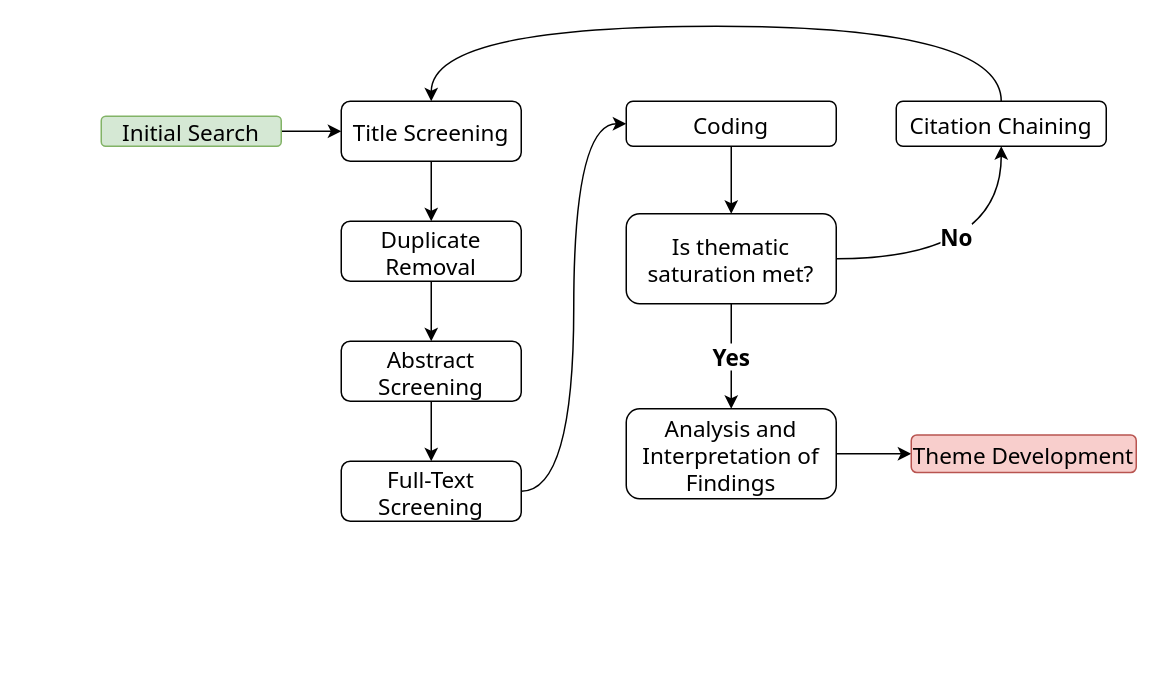
Before: Diagrams/Mixed Methodology.drawio in HooradAboo/I-CLAIM, a draw.io diagram. Source tidied: cells renumbered, new cells numbered last; positions are measured from the earlier drawing's top-left corner, leaving out a move shared by most shapes. Both pictures are drawn from the tidied source at 150%, with x=0, y=0 at pixel (100, 26).
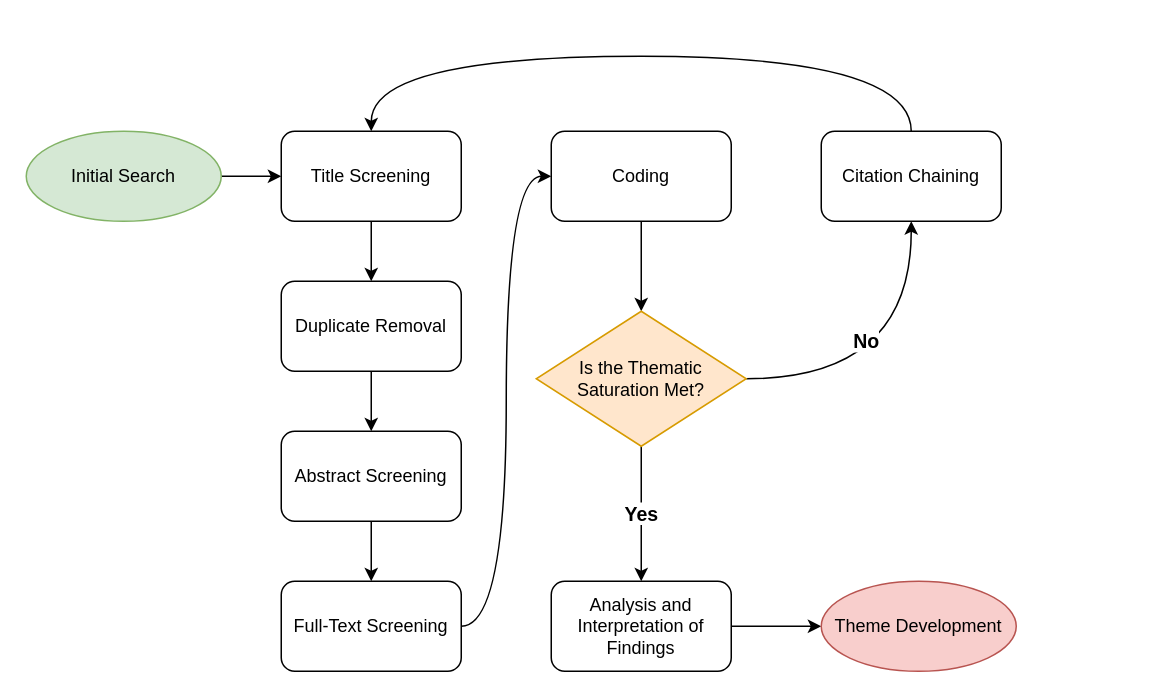
After the change.

Change to the diagram source:
```diff
@@
+    <mxCell id="14" style="edgeStyle=orthogonalEdgeStyle;rounded=0;jettySize=auto;html=1;exitX=1;exitY=0.5;exitDx=0;exitDy=0;entryX=0;entryY=0.5;entryDx=0;entryDy=0;" parent="1" edge="1" source="15" target="3">
+      <mxGeometry relative="1" as="geometry" />
+    </mxCell>
-    <mxCell id="2" style="edgeStyle=orthogonalEdgeStyle;rounded=0;jettySize=auto;html=1;fontSize=15;fontFamily=Tahoma;" parent="1" edge="1" source="3" target="5">
+    <mxCell id="2" style="edgeStyle=orthogonalEdgeStyle;rounded=0;jettySize=auto;html=1;exitX=0.5;exitY=1;exitDx=0;exitDy=0;entryX=0.5;entryY=0;entryDx=0;entryDy=0;" parent="1" edge="1" source="3" target="5">
       <mxGeometry relative="1" as="geometry" />
     </mxCell>
-    <mxCell id="3" value="Title Screening" style="rounded=1;whiteSpace=wrap;html=1;fontSize=15;fontFamily=Tahoma;" parent="1" vertex="1">
-      <mxGeometry x="160" y="50" width="120" height="40" as="geometry" />
+    <mxCell id="3" value="Title Screening" style="rounded=1;whiteSpace=wrap;html=1;" parent="1" vertex="1">
+      <mxGeometry x="120" y="70" width="120" height="60" as="geometry" />
     </mxCell>
-    <mxCell id="4" style="edgeStyle=orthogonalEdgeStyle;rounded=0;jettySize=auto;html=1;fontSize=15;fontFamily=Tahoma;" parent="1" edge="1" source="5" target="7">
+    <mxCell id="4" style="edgeStyle=orthogonalEdgeStyle;rounded=0;jettySize=auto;html=1;exitX=0.5;exitY=1;exitDx=0;exitDy=0;entryX=0.5;entryY=0;entryDx=0;entryDy=0;" parent="1" edge="1" source="5" target="7">
       <mxGeometry relative="1" as="geometry" />
     </mxCell>
-    <mxCell id="5" value="Duplicate Removal" style="rounded=1;whiteSpace=wrap;html=1;fontSize=15;fontFamily=Tahoma;" parent="1" vertex="1">
-      <mxGeometry x="160" y="130" width="120" height="40" as="geometry" />
+    <mxCell id="5" value="Duplicate Removal" style="rounded=1;whiteSpace=wrap;html=1;" parent="1" vertex="1">
+      <mxGeometry x="120" y="170" width="120" height="60" as="geometry" />
     </mxCell>
-    <mxCell id="6" style="edgeStyle=orthogonalEdgeStyle;rounded=0;jettySize=auto;html=1;fontSize=15;fontFamily=Tahoma;" parent="1" edge="1" source="7" target="9">
+    <mxCell id="6" style="edgeStyle=orthogonalEdgeStyle;rounded=0;jettySize=auto;html=1;exitX=0.5;exitY=1;exitDx=0;exitDy=0;entryX=0.5;entryY=0;entryDx=0;entryDy=0;" parent="1" edge="1" source="7" target="9">
       <mxGeometry relative="1" as="geometry" />
     </mxCell>
-    <mxCell id="7" value="Abstract Screening" style="rounded=1;whiteSpace=wrap;html=1;fontSize=15;fontFamily=Tahoma;" parent="1" vertex="1">
-      <mxGeometry x="160" y="210" width="120" height="40" as="geometry" />
+    <mxCell id="7" value="Abstract Screening" style="rounded=1;whiteSpace=wrap;html=1;" parent="1" vertex="1">
+      <mxGeometry x="120" y="270" width="120" height="60" as="geometry" />
     </mxCell>
-    <mxCell id="8" style="edgeStyle=orthogonalEdgeStyle;rounded=0;jettySize=auto;html=1;entryX=0;entryY=0.5;entryDx=0;entryDy=0;curved=1;fontFamily=Tahoma;" parent="1" edge="1" source="9" target="11">
+    <mxCell id="8" style="edgeStyle=orthogonalEdgeStyle;rounded=0;jettySize=auto;html=1;exitX=1;exitY=0.5;exitDx=0;exitDy=0;entryX=0;entryY=0.5;entryDx=0;entryDy=0;curved=1;" parent="1" edge="1" source="9" target="11">
       <mxGeometry relative="1" as="geometry" />
     </mxCell>
-    <mxCell id="9" value="Full-Text Screening" style="rounded=1;whiteSpace=wrap;html=1;fontSize=15;fontFamily=Tahoma;" parent="1" vertex="1">
-      <mxGeometry x="160" y="290" width="120" height="40" as="geometry" />
+    <mxCell id="9" value="Full-Text Screening" style="rounded=1;whiteSpace=wrap;html=1;" parent="1" vertex="1">
+      <mxGeometry x="120" y="370" width="120" height="60" as="geometry" />
     </mxCell>
-    <mxCell id="10" style="edgeStyle=orthogonalEdgeStyle;rounded=0;jettySize=auto;html=1;fontSize=15;fontFamily=Tahoma;" parent="1" edge="1" source="11" target="18">
-      <mxGeometry relative="1" as="geometry" />
-    </mxCell>
+    <mxCell id="22" style="edgeStyle=orthogonalEdgeStyle;rounded=0;jettySize=auto;html=1;exitX=0.5;exitY=1;exitDx=0;exitDy=0;entryX=0.5;entryY=0;entryDx=0;entryDy=0;" parent="1" edge="1" source="11" target="24">
+      <mxGeometry relative="1" as="geometry" />
+    </mxCell>
-    <mxCell id="11" value="Coding" style="rounded=1;whiteSpace=wrap;html=1;fontSize=15;fontFamily=Tahoma;" parent="1" vertex="1">
-      <mxGeometry x="350" y="50" width="140" height="30" as="geometry" />
+    <mxCell id="11" value="Coding" style="rounded=1;whiteSpace=wrap;html=1;" parent="1" vertex="1">
+      <mxGeometry x="300" y="70" width="120" height="60" as="geometry" />
     </mxCell>
+    <mxCell id="16" value="&lt;b&gt;&lt;font style=&quot;font-size: 13px;&quot;&gt;Yes&lt;/font&gt;&lt;/b&gt;" style="edgeStyle=orthogonalEdgeStyle;rounded=0;jettySize=auto;html=1;exitX=0.5;exitY=1;exitDx=0;exitDy=0;" parent="1" edge="1" source="24" target="20">
+      <mxGeometry relative="1" as="geometry" />
+    </mxCell>
+    <mxCell id="17" value="No" style="edgeStyle=orthogonalEdgeStyle;rounded=0;jettySize=auto;html=1;exitX=1;exitY=0.5;exitDx=0;exitDy=0;entryX=0.5;entryY=1;entryDx=0;entryDy=0;curved=1;fontStyle=1;spacing=0;fontSize=13;" parent="1" edge="1" source="24" target="13">
+      <mxGeometry x="-0.26" y="25" relative="1" as="geometry" />
+    </mxCell>
+    <mxCell id="23" style="edgeStyle=orthogonalEdgeStyle;rounded=0;jettySize=auto;html=1;exitX=1;exitY=0.5;exitDx=0;exitDy=0;entryX=0;entryY=0.5;entryDx=0;entryDy=0;" parent="1" edge="1" source="20">
+      <mxGeometry relative="1" as="geometry">
+        <mxPoint x="480" y="400" as="targetPoint" />
+      </mxGeometry>
+    </mxCell>
+    <mxCell id="20" value="Analysis and Interpretation of Findings" style="rounded=1;whiteSpace=wrap;html=1;" parent="1" vertex="1">
+      <mxGeometry x="300" y="370" width="120" height="60" as="geometry" />
+    </mxCell>
-    <mxCell id="12" style="edgeStyle=orthogonalEdgeStyle;rounded=0;jettySize=auto;html=1;entryX=0.5;entryY=0;entryDx=0;entryDy=0;curved=1;fontSize=15;exitX=0.5;exitY=0;exitDx=0;exitDy=0;fontFamily=Tahoma;" parent="1" edge="1" source="13" target="3">
+    <mxCell id="12" style="edgeStyle=orthogonalEdgeStyle;rounded=0;jettySize=auto;html=1;exitX=0.5;exitY=0;exitDx=0;exitDy=0;entryX=0.5;entryY=0;entryDx=0;entryDy=0;curved=1;" parent="1" edge="1" source="13" target="3">
       <mxGeometry relative="1" as="geometry">
         <Array as="points">
-          <mxPoint x="600" />
-          <mxPoint x="220" />
+          <mxPoint x="540" y="20" />
+          <mxPoint x="180" y="20" />
         </Array>
       </mxGeometry>
     </mxCell>
-    <mxCell id="13" value="Citation Chaining" style="rounded=1;whiteSpace=wrap;html=1;fontSize=15;fontFamily=Tahoma;" parent="1" vertex="1">
-      <mxGeometry x="530" y="50" width="140" height="30" as="geometry" />
+    <mxCell id="13" value="Citation Chaining" style="rounded=1;whiteSpace=wrap;html=1;" parent="1" vertex="1">
+      <mxGeometry x="480" y="70" width="120" height="60" as="geometry" />
     </mxCell>
-    <mxCell id="14" style="edgeStyle=orthogonalEdgeStyle;rounded=0;jettySize=auto;html=1;fontSize=15;fontFamily=Tahoma;" parent="1" edge="1" source="15" target="3">
-      <mxGeometry relative="1" as="geometry" />
-    </mxCell>
+    <mxCell id="24" value="Is the Thematic &lt;br&gt;Saturation Met?" style="rhombus;verticalAlign=middle;labelBorderColor=none;labelBackgroundColor=none;textShadow=0;whiteSpace=wrap;html=1;fillColor=#ffe6cc;strokeColor=#d79b00;" parent="1" vertex="1">
+      <mxGeometry x="290" y="190" width="140" height="90" as="geometry" />
+    </mxCell>
-    <mxCell id="15" value="Initial Search" style="rounded=1;whiteSpace=wrap;html=1;fillColor=#d5e8d4;strokeColor=#82b366;fontSize=15;fontFamily=Tahoma;" parent="1" vertex="1">
-      <mxGeometry y="60" width="120" height="20" as="geometry" />
+    <mxCell id="15" value="Initial Search" style="ellipse;whiteSpace=wrap;html=1;fillColor=#d5e8d4;strokeColor=#82b366;" parent="1" vertex="1">
+      <mxGeometry x="-50" y="70" width="130" height="60" as="geometry" />
     </mxCell>
-    <mxCell id="16" value="Yes" style="edgeStyle=orthogonalEdgeStyle;rounded=0;jettySize=auto;html=1;fontSize=15;fontFamily=Tahoma;fontStyle=1;" parent="1" edge="1" source="18" target="20">
-      <mxGeometry relative="1" as="geometry" />
-    </mxCell>
-    <mxCell id="17" value="No" style="edgeStyle=orthogonalEdgeStyle;rounded=0;jettySize=auto;html=1;entryX=0.5;entryY=1;entryDx=0;entryDy=0;curved=1;fontSize=15;fontFamily=Tahoma;fontStyle=1;" parent="1" edge="1" source="18" target="13">
-      <mxGeometry x="-0.14" y="15" relative="1" as="geometry" />
-    </mxCell>
-    <mxCell id="18" value="Is thematic saturation met?" style="rounded=1;whiteSpace=wrap;html=1;fontSize=15;fontFamily=Tahoma;" parent="1" vertex="1">
-      <mxGeometry x="350" y="125" width="140" height="60" as="geometry" />
-    </mxCell>
-    <mxCell id="19" style="edgeStyle=orthogonalEdgeStyle;rounded=0;jettySize=auto;html=1;fontSize=15;fontFamily=Tahoma;" parent="1" edge="1" source="20" target="21">
-      <mxGeometry relative="1" as="geometry" />
-    </mxCell>
-    <mxCell id="20" value="Analysis and Interpretation of Findings" style="rounded=1;whiteSpace=wrap;html=1;fontSize=15;fontFamily=Tahoma;" parent="1" vertex="1">
-      <mxGeometry x="350" y="255" width="140" height="60" as="geometry" />
-    </mxCell>
-    <mxCell id="21" value="Theme Development" style="rounded=1;whiteSpace=wrap;html=1;fillColor=#f8cecc;strokeColor=#b85450;fontSize=15;fontFamily=Tahoma;" parent="1" vertex="1">
-      <mxGeometry x="540" y="272.5" width="150" height="25" as="geometry" />
+    <mxCell id="21" value="Theme Development" style="ellipse;whiteSpace=wrap;html=1;fillColor=#f8cecc;strokeColor=#b85450;" parent="1" vertex="1">
+      <mxGeometry x="480" y="370" width="130" height="60" as="geometry" />
     </mxCell>
```
